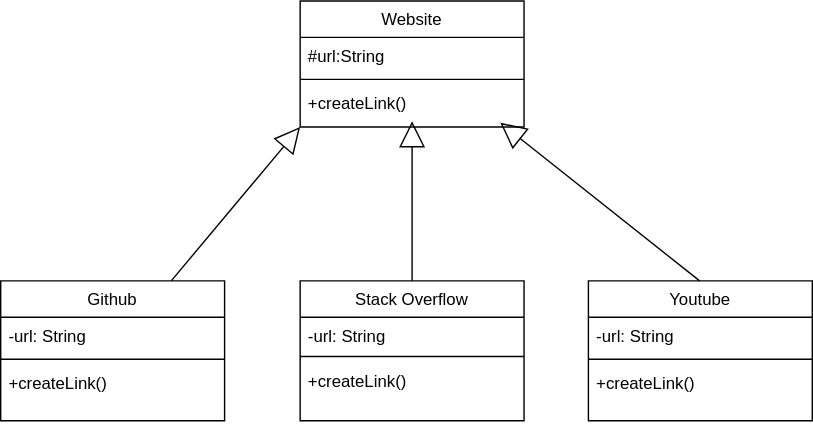
Above: res/basicClassFormat.svg in ShubhDPatel/Altrium (draw.io), before the change. Source tidied: cells renumbered, new cells last; positions are measured from the earlier drawing's top-left corner, leaving out a move shared by most shapes. Its diagram source:
```xml
<mxGraphModel>
  <root>
    <mxCell id="0" />
    <mxCell id="1" parent="0" />
    <mxCell id="2" value="Website" style="swimlane;fontStyle=0;align=center;verticalAlign=top;horizontal=1;startSize=26;rounded=0;shadow=0;strokeWidth=1;" parent="1" vertex="1">
      <mxGeometry x="214" width="160" height="90" as="geometry" />
    </mxCell>
    <mxCell id="3" value="#url:String" style="text;align=left;verticalAlign=top;spacingLeft=4;spacingRight=4;overflow=hidden;" parent="2" vertex="1">
      <mxGeometry y="26" width="160" height="26" as="geometry" />
    </mxCell>
    <mxCell id="4" style="line;html=1;strokeWidth=1;align=left;verticalAlign=middle;spacingTop=-1;spacingLeft=3;spacingRight=3;labelPosition=right;" parent="2" vertex="1">
      <mxGeometry y="52" width="160" height="8" as="geometry" />
    </mxCell>
    <mxCell id="5" value="+createLink()" style="text;strokeColor=none;fillColor=none;align=left;verticalAlign=top;spacingLeft=4;spacingRight=4;overflow=hidden;points=[[0,0.5],[1,0.5]];portConstraint=eastwest;whiteSpace=wrap;html=1;" parent="2" vertex="1">
      <mxGeometry y="60" width="160" height="26" as="geometry" />
    </mxCell>
    <mxCell id="6" value="Github" style="swimlane;fontStyle=0;align=center;verticalAlign=top;horizontal=1;startSize=26;rounded=0;shadow=0;strokeWidth=1;" parent="1" vertex="1">
      <mxGeometry y="200" width="160" height="100" as="geometry" />
    </mxCell>
    <mxCell id="7" value="-url: String" style="text;align=left;verticalAlign=top;spacingLeft=4;spacingRight=4;overflow=hidden;" parent="6" vertex="1">
      <mxGeometry y="26" width="160" height="26" as="geometry" />
    </mxCell>
    <mxCell id="8" style="line;html=1;strokeWidth=1;align=left;verticalAlign=middle;spacingTop=-1;spacingLeft=3;spacingRight=3;labelPosition=right;" parent="6" vertex="1">
      <mxGeometry y="52" width="160" height="8" as="geometry" />
    </mxCell>
    <mxCell id="9" value="+createLink()" style="text;align=left;verticalAlign=top;spacingLeft=4;spacingRight=4;overflow=hidden;" parent="6" vertex="1">
      <mxGeometry y="60" width="160" height="40" as="geometry" />
    </mxCell>
    <mxCell id="10" value="Stack Overflow" style="swimlane;fontStyle=0;align=center;verticalAlign=top;horizontal=1;startSize=26;rounded=0;shadow=0;strokeWidth=1;" parent="1" vertex="1">
      <mxGeometry x="214" y="200" width="160" height="100" as="geometry" />
    </mxCell>
    <mxCell id="11" value="-url: String" style="text;align=left;verticalAlign=top;spacingLeft=4;spacingRight=4;overflow=hidden;" parent="10" vertex="1">
      <mxGeometry y="26" width="160" height="24" as="geometry" />
    </mxCell>
    <mxCell id="12" style="line;strokeWidth=1;fillColor=none;align=left;verticalAlign=middle;spacingTop=-1;spacingLeft=3;spacingRight=3;labelPosition=right;strokeColor=inherit;" parent="10" vertex="1">
      <mxGeometry y="50" width="160" height="8" as="geometry" />
    </mxCell>
    <mxCell id="13" style="line;html=1;strokeWidth=1;align=left;verticalAlign=middle;spacingTop=-1;spacingLeft=3;spacingRight=3;labelPosition=right;" parent="10" vertex="1">
      <mxGeometry y="58" width="160" as="geometry" />
    </mxCell>
    <mxCell id="14" value="+createLink()" style="text;strokeColor=none;fillColor=none;align=left;verticalAlign=top;spacingLeft=4;spacingRight=4;overflow=hidden;whiteSpace=wrap;html=1;" parent="10" vertex="1">
      <mxGeometry y="58" width="160" height="28" as="geometry" />
    </mxCell>
    <mxCell id="15" value="&lt;span style=&quot;font-weight: normal;&quot;&gt;Youtube&lt;/span&gt;" style="swimlane;fontStyle=1;align=center;verticalAlign=top;horizontal=1;startSize=26;whiteSpace=wrap;html=1;" parent="1" vertex="1">
      <mxGeometry x="420" y="200" width="160" height="100" as="geometry" />
    </mxCell>
    <mxCell id="16" value="-url: String" style="text;strokeColor=none;fillColor=none;align=left;verticalAlign=top;spacingLeft=4;spacingRight=4;overflow=hidden;whiteSpace=wrap;html=1;" parent="15" vertex="1">
      <mxGeometry y="26" width="160" height="26" as="geometry" />
    </mxCell>
    <mxCell id="17" style="line;strokeWidth=1;fillColor=none;align=left;verticalAlign=middle;spacingTop=-1;spacingLeft=3;spacingRight=3;labelPosition=right;strokeColor=inherit;" parent="15" vertex="1">
      <mxGeometry y="52" width="160" height="8" as="geometry" />
    </mxCell>
    <mxCell id="18" value="+createLink()" style="text;strokeColor=none;fillColor=none;align=left;verticalAlign=top;spacingLeft=4;spacingRight=4;overflow=hidden;whiteSpace=wrap;html=1;" parent="15" vertex="1">
      <mxGeometry y="60" width="160" height="40" as="geometry" />
    </mxCell>
    <mxCell id="19" style="endArrow=block;endSize=16;endFill=0;html=1;rounded=0;exitX=0.5;exitY=0;exitDx=0;exitDy=0;" parent="1" edge="1" source="10" target="5">
      <mxGeometry relative="1" as="geometry" />
    </mxCell>
    <mxCell id="20" style="endArrow=block;endSize=16;endFill=0;html=1;rounded=0;exitX=0.5;exitY=0;exitDx=0;exitDy=0;entryX=0.894;entryY=1.038;entryDx=0;entryDy=0;entryPerimeter=0;" parent="1" edge="1" target="5">
      <mxGeometry relative="1" as="geometry">
        <mxPoint x="499.5" y="200" as="sourcePoint" />
      </mxGeometry>
    </mxCell>
    <mxCell id="21" style="endArrow=block;endSize=16;endFill=0;html=1;rounded=0;entryX=0;entryY=1;entryDx=0;entryDy=0;" parent="1" edge="1" source="6" target="2">
      <mxGeometry relative="1" as="geometry" />
    </mxCell>
  </root>
</mxGraphModel>
```
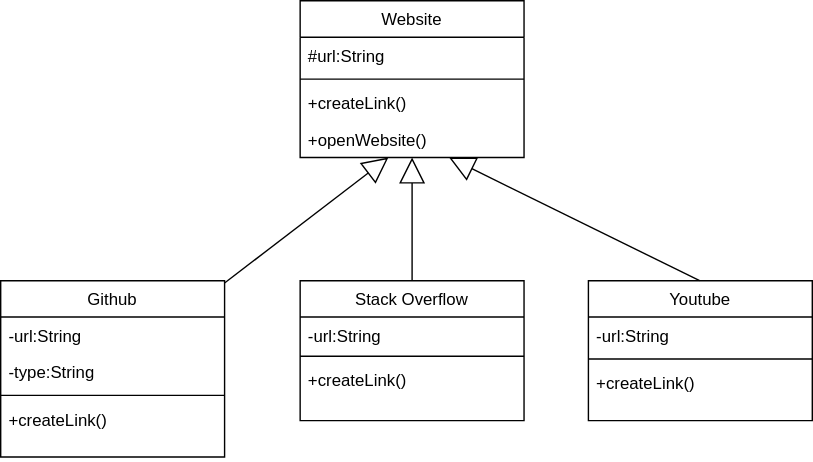
The same file after the commit.

Commit message:
Add attribute to Github class in diagram

What changed in the source:
```diff
@@ -3,7 +3,7 @@
     <mxCell id="0" />
     <mxCell id="1" parent="0" />
     <mxCell id="2" value="Website" style="swimlane;fontStyle=0;align=center;verticalAlign=top;horizontal=1;startSize=26;rounded=0;shadow=0;strokeWidth=1;" parent="1" vertex="1">
-      <mxGeometry x="214" width="160" height="90" as="geometry" />
+      <mxGeometry x="214" width="160" height="112" as="geometry" />
     </mxCell>
     <mxCell id="3" value="#url:String" style="text;align=left;verticalAlign=top;spacingLeft=4;spacingRight=4;overflow=hidden;" parent="2" vertex="1">
       <mxGeometry y="26" width="160" height="26" as="geometry" />
@@ -14,22 +14,28 @@
     <mxCell id="5" value="+createLink()" style="text;strokeColor=none;fillColor=none;align=left;verticalAlign=top;spacingLeft=4;spacingRight=4;overflow=hidden;points=[[0,0.5],[1,0.5]];portConstraint=eastwest;whiteSpace=wrap;html=1;" parent="2" vertex="1">
       <mxGeometry y="60" width="160" height="26" as="geometry" />
     </mxCell>
+    <mxCell id="22" value="+openWebsite()" style="text;strokeColor=none;fillColor=none;align=left;verticalAlign=top;spacingLeft=4;spacingRight=4;overflow=hidden;points=[[0,0.5],[1,0.5]];portConstraint=eastwest;whiteSpace=wrap;html=1;" parent="2" vertex="1">
+      <mxGeometry y="86" width="160" height="26" as="geometry" />
+    </mxCell>
     <mxCell id="6" value="Github" style="swimlane;fontStyle=0;align=center;verticalAlign=top;horizontal=1;startSize=26;rounded=0;shadow=0;strokeWidth=1;" parent="1" vertex="1">
-      <mxGeometry y="200" width="160" height="100" as="geometry" />
+      <mxGeometry y="200" width="160" height="126" as="geometry" />
     </mxCell>
-    <mxCell id="7" value="-url: String" style="text;align=left;verticalAlign=top;spacingLeft=4;spacingRight=4;overflow=hidden;" parent="6" vertex="1">
+    <mxCell id="7" value="-url:String" style="text;align=left;verticalAlign=top;spacingLeft=4;spacingRight=4;overflow=hidden;" parent="6" vertex="1">
       <mxGeometry y="26" width="160" height="26" as="geometry" />
     </mxCell>
+    <mxCell id="23" value="-type:String" style="text;strokeColor=none;fillColor=none;align=left;verticalAlign=top;spacingLeft=4;spacingRight=4;overflow=hidden;whiteSpace=wrap;html=1;" parent="6" vertex="1">
+      <mxGeometry y="52" width="160" height="26" as="geometry" />
+    </mxCell>
     <mxCell id="8" style="line;html=1;strokeWidth=1;align=left;verticalAlign=middle;spacingTop=-1;spacingLeft=3;spacingRight=3;labelPosition=right;" parent="6" vertex="1">
-      <mxGeometry y="52" width="160" height="8" as="geometry" />
+      <mxGeometry y="78" width="160" height="8" as="geometry" />
     </mxCell>
     <mxCell id="9" value="+createLink()" style="text;align=left;verticalAlign=top;spacingLeft=4;spacingRight=4;overflow=hidden;" parent="6" vertex="1">
-      <mxGeometry y="60" width="160" height="40" as="geometry" />
+      <mxGeometry y="86" width="160" height="40" as="geometry" />
     </mxCell>
     <mxCell id="10" value="Stack Overflow" style="swimlane;fontStyle=0;align=center;verticalAlign=top;horizontal=1;startSize=26;rounded=0;shadow=0;strokeWidth=1;" parent="1" vertex="1">
       <mxGeometry x="214" y="200" width="160" height="100" as="geometry" />
     </mxCell>
-    <mxCell id="11" value="-url: String" style="text;align=left;verticalAlign=top;spacingLeft=4;spacingRight=4;overflow=hidden;" parent="10" vertex="1">
+    <mxCell id="11" value="-url:String" style="text;align=left;verticalAlign=top;spacingLeft=4;spacingRight=4;overflow=hidden;" parent="10" vertex="1">
       <mxGeometry y="26" width="160" height="24" as="geometry" />
     </mxCell>
     <mxCell id="12" style="line;strokeWidth=1;fillColor=none;align=left;verticalAlign=middle;spacingTop=-1;spacingLeft=3;spacingRight=3;labelPosition=right;strokeColor=inherit;" parent="10" vertex="1">
@@ -44,7 +50,7 @@
     <mxCell id="15" value="&lt;span style=&quot;font-weight: normal;&quot;&gt;Youtube&lt;/span&gt;" style="swimlane;fontStyle=1;align=center;verticalAlign=top;horizontal=1;startSize=26;whiteSpace=wrap;html=1;" parent="1" vertex="1">
       <mxGeometry x="420" y="200" width="160" height="100" as="geometry" />
     </mxCell>
-    <mxCell id="16" value="-url: String" style="text;strokeColor=none;fillColor=none;align=left;verticalAlign=top;spacingLeft=4;spacingRight=4;overflow=hidden;whiteSpace=wrap;html=1;" parent="15" vertex="1">
+    <mxCell id="16" value="-url:String" style="text;strokeColor=none;fillColor=none;align=left;verticalAlign=top;spacingLeft=4;spacingRight=4;overflow=hidden;whiteSpace=wrap;html=1;" parent="15" vertex="1">
       <mxGeometry y="26" width="160" height="26" as="geometry" />
     </mxCell>
     <mxCell id="17" style="line;strokeWidth=1;fillColor=none;align=left;verticalAlign=middle;spacingTop=-1;spacingLeft=3;spacingRight=3;labelPosition=right;strokeColor=inherit;" parent="15" vertex="1">
@@ -53,15 +59,15 @@
     <mxCell id="18" value="+createLink()" style="text;strokeColor=none;fillColor=none;align=left;verticalAlign=top;spacingLeft=4;spacingRight=4;overflow=hidden;whiteSpace=wrap;html=1;" parent="15" vertex="1">
       <mxGeometry y="60" width="160" height="40" as="geometry" />
     </mxCell>
-    <mxCell id="19" style="endArrow=block;endSize=16;endFill=0;html=1;rounded=0;exitX=0.5;exitY=0;exitDx=0;exitDy=0;" parent="1" edge="1" source="10" target="5">
+    <mxCell id="19" style="endArrow=block;endSize=16;endFill=0;html=1;rounded=0;exitX=0.5;exitY=0;exitDx=0;exitDy=0;" parent="1" edge="1" source="10" target="22">
       <mxGeometry relative="1" as="geometry" />
     </mxCell>
-    <mxCell id="20" style="endArrow=block;endSize=16;endFill=0;html=1;rounded=0;exitX=0.5;exitY=0;exitDx=0;exitDy=0;entryX=0.894;entryY=1.038;entryDx=0;entryDy=0;entryPerimeter=0;" parent="1" edge="1" target="5">
+    <mxCell id="20" style="endArrow=block;endSize=16;endFill=0;html=1;rounded=0;exitX=0.5;exitY=0;exitDx=0;exitDy=0;" parent="1" edge="1" target="22">
       <mxGeometry relative="1" as="geometry">
         <mxPoint x="499.5" y="200" as="sourcePoint" />
       </mxGeometry>
     </mxCell>
-    <mxCell id="21" style="endArrow=block;endSize=16;endFill=0;html=1;rounded=0;entryX=0;entryY=1;entryDx=0;entryDy=0;" parent="1" edge="1" source="6" target="2">
+    <mxCell id="21" style="endArrow=block;endSize=16;endFill=0;html=1;rounded=0;" parent="1" edge="1" source="6" target="22">
       <mxGeometry relative="1" as="geometry" />
     </mxCell>
   </root>
```
